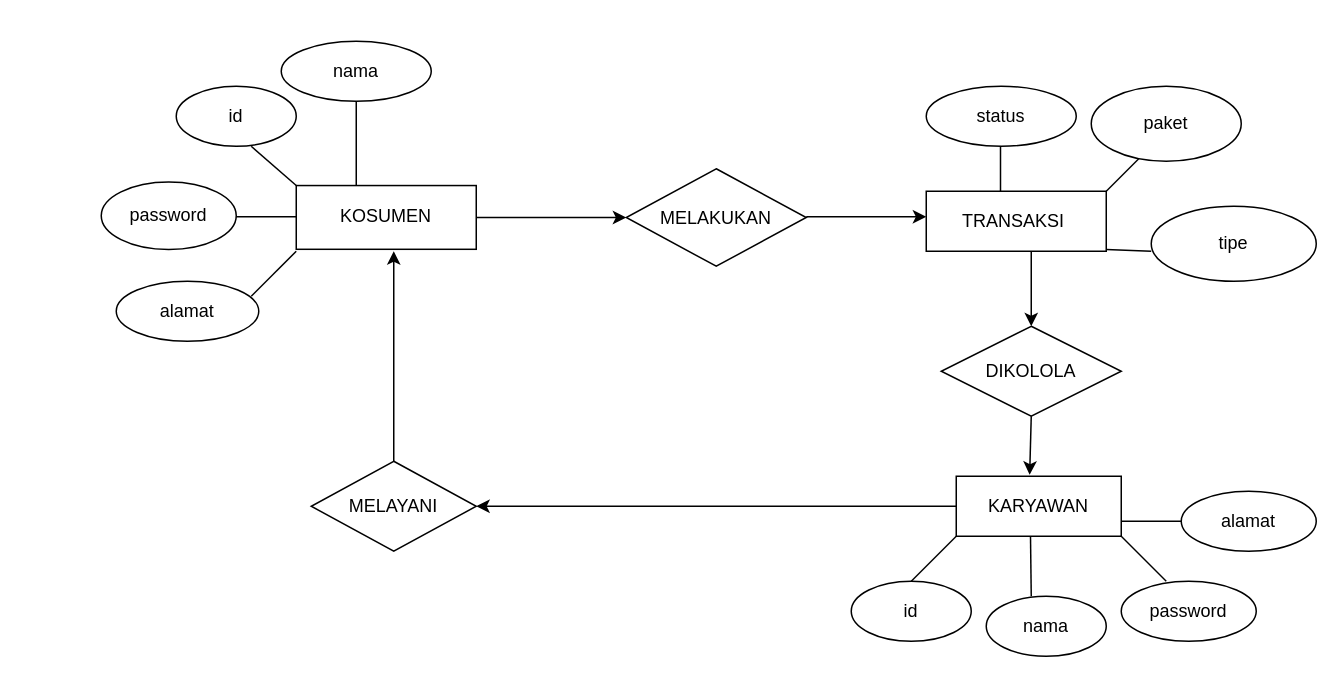
The draw.io diagram Untitled Diagram.drawio in WinaYulianaa01/erd_ujikom, before the edit. Source tidied: cells renumbered, new cells numbered last; positions are measured from the earlier drawing's top-left corner, leaving out a move shared by most shapes. Both pictures are drawn from the tidied source at 150%, with x=0, y=0 at pixel (100, 40).
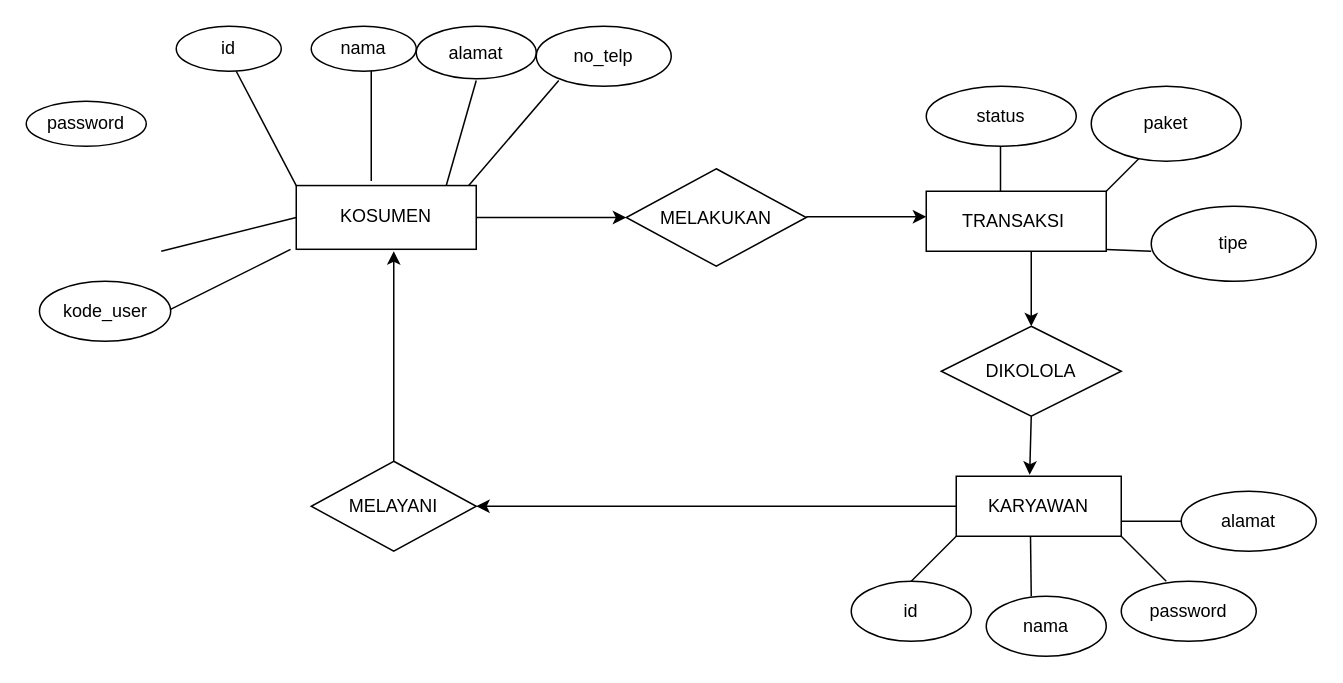
Above is the later version.

The change refers to these unchanged cells:
```xml
<mxCell id="2" value="KOSUMEN" style="rounded=0;whiteSpace=wrap;html=1;" parent="1" vertex="1">
  <mxGeometry x="130" y="96.2" width="120" height="42.5" as="geometry" />
</mxCell>
```

What changed in the source:
```diff
@@
-    <mxCell id="12" style="endArrow=none;html=1;rounded=0;" parent="1" edge="1">
-      <mxGeometry relative="1" as="geometry">
-        <mxPoint x="130" y="96.2" as="sourcePoint" />
-        <mxPoint x="100" y="70" as="targetPoint" />
-      </mxGeometry>
-    </mxCell>
     <mxCell id="13" value="id" style="ellipse;whiteSpace=wrap;html=1;" parent="1" vertex="1">
-      <mxGeometry x="50" y="30" width="80" height="40" as="geometry" />
+      <mxGeometry x="50" y="-10" width="70" height="30" as="geometry" />
     </mxCell>
@@
-    <mxCell id="22" style="endArrow=none;html=1;rounded=0;entryX=0.5;entryY=1;entryDx=0;entryDy=0;" parent="1" edge="1" target="23">
+    <mxCell id="22" style="endArrow=none;html=1;rounded=0;" parent="1" edge="1">
       <mxGeometry relative="1" as="geometry">
-        <mxPoint x="170" y="96.2" as="sourcePoint" />
+        <mxPoint x="180" y="93.1" as="sourcePoint" />
+        <mxPoint x="180" y="16.9" as="targetPoint" />
         <Array as="points">
-          <mxPoint x="170" y="86.2" />
+          <mxPoint x="180" y="83.1" />
+          <mxPoint x="180" y="26.9" />
         </Array>
       </mxGeometry>
     </mxCell>
     <mxCell id="23" value="nama" style="ellipse;whiteSpace=wrap;html=1;" parent="1" vertex="1">
-      <mxGeometry x="120" width="100" height="40" as="geometry" />
+      <mxGeometry x="140" y="-10" width="70" height="30" as="geometry" />
     </mxCell>
-    <mxCell id="24" style="endArrow=none;html=1;rounded=0;" parent="1" edge="1">
-      <mxGeometry relative="1" as="geometry">
-        <mxPoint x="80" y="117" as="sourcePoint" />
-        <mxPoint x="130" y="117" as="targetPoint" />
-      </mxGeometry>
-    </mxCell>
     <mxCell id="25" value="password" style="ellipse;whiteSpace=wrap;html=1;" parent="1" vertex="1">
-      <mxGeometry y="93.8" width="90" height="45" as="geometry" />
+      <mxGeometry x="-50" y="40" width="80" height="30" as="geometry" />
     </mxCell>
-    <mxCell id="26" style="endArrow=none;html=1;rounded=0;" parent="1" edge="1">
-      <mxGeometry relative="1" as="geometry">
-        <mxPoint x="100" y="170" as="sourcePoint" />
-        <mxPoint x="130" y="140" as="targetPoint" />
-      </mxGeometry>
-    </mxCell>
     <mxCell id="27" value="alamat" style="ellipse;whiteSpace=wrap;html=1;" parent="1" vertex="1">
-      <mxGeometry x="10" y="160" width="95" height="40" as="geometry" />
+      <mxGeometry x="210" y="-10" width="80" height="35" as="geometry" />
     </mxCell>
@@
+    <mxCell id="36" value="kode_user" style="ellipse;whiteSpace=wrap;html=1;" parent="1" vertex="1">
+      <mxGeometry x="-41.2" y="160" width="87.5" height="40" as="geometry" />
+    </mxCell>
+    <mxCell id="37" style="endArrow=none;html=1;rounded=0;" parent="1" edge="1">
+      <mxGeometry relative="1" as="geometry">
+        <mxPoint x="46.2" y="178.8" as="sourcePoint" />
+        <mxPoint x="126.2" y="138.8" as="targetPoint" />
+      </mxGeometry>
+    </mxCell>
+    <mxCell id="38" style="endArrow=none;html=1;rounded=0;" parent="1" edge="1">
+      <mxGeometry relative="1" as="geometry">
+        <mxPoint x="245" y="96.2" as="sourcePoint" />
+        <mxPoint x="305" y="26.2" as="targetPoint" />
+      </mxGeometry>
+    </mxCell>
+    <mxCell id="39" value="no_telp" style="ellipse;whiteSpace=wrap;html=1;" parent="1" vertex="1">
+      <mxGeometry x="290" y="-10" width="90" height="40" as="geometry" />
+    </mxCell>
+    <mxCell id="40" style="endArrow=none;html=1;rounded=0;" parent="1" edge="1">
+      <mxGeometry relative="1" as="geometry">
+        <mxPoint x="230" y="96.2" as="sourcePoint" />
+        <mxPoint x="250" y="26.2" as="targetPoint" />
+        <Array as="points">
+          <mxPoint x="230" y="96.2" />
+        </Array>
+      </mxGeometry>
+    </mxCell>
+    <mxCell id="41" style="endArrow=none;html=1;rounded=0;entryX=0;entryY=0;entryDx=0;entryDy=0;" parent="1" edge="1" target="2">
+      <mxGeometry relative="1" as="geometry">
+        <mxPoint x="90" y="20" as="sourcePoint" />
+      </mxGeometry>
+    </mxCell>
+    <mxCell id="42" style="endArrow=none;html=1;rounded=0;entryX=0;entryY=0.5;entryDx=0;entryDy=0;" parent="1" edge="1" target="2">
+      <mxGeometry relative="1" as="geometry">
+        <mxPoint x="40" y="140" as="sourcePoint" />
+      </mxGeometry>
+    </mxCell>
```
